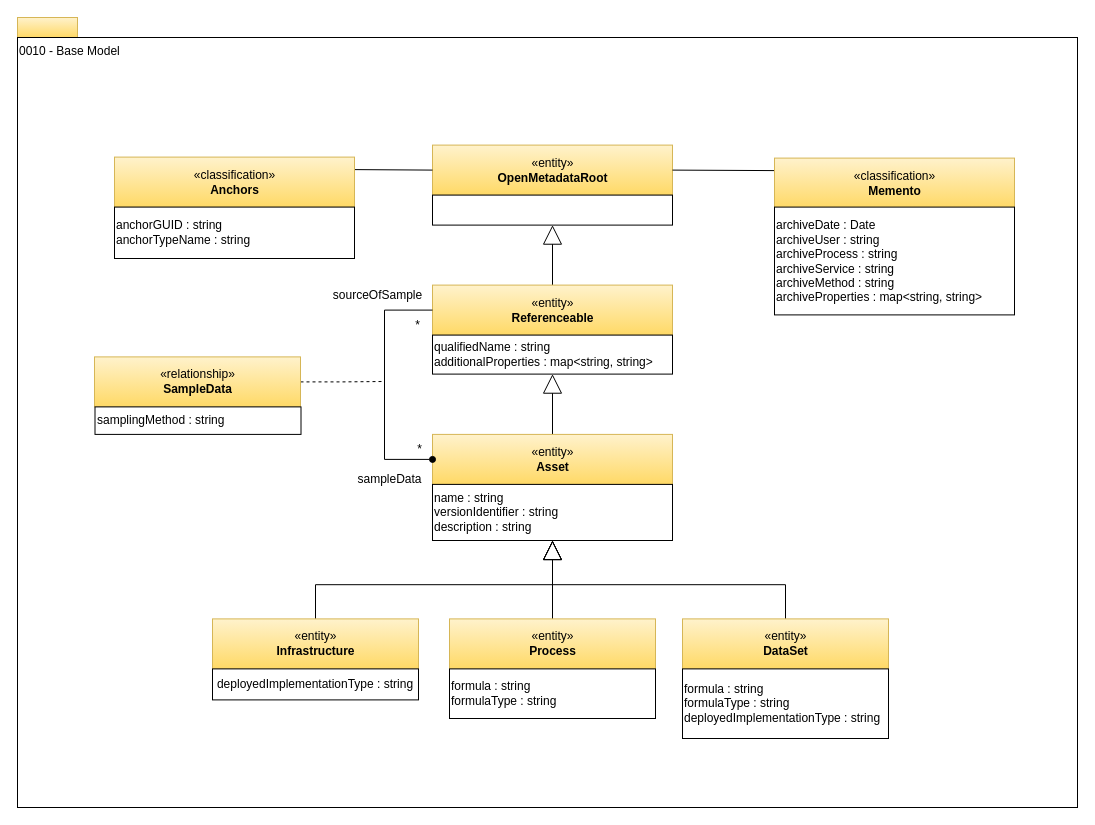
The draw.io diagram page "0010-Base-Model" (3 of 29) of site/docs/types/0/area-0-basic-types-and-infrastructure.drawio in odpi/egeria-docs, before the edit. Source tidied: cells renumbered, new cells numbered last; positions are measured from the earlier drawing's top-left corner, leaving out a move shared by most shapes. Both pictures are drawn from the tidied source at 100%, with x=0, y=0 at pixel (17, 17).
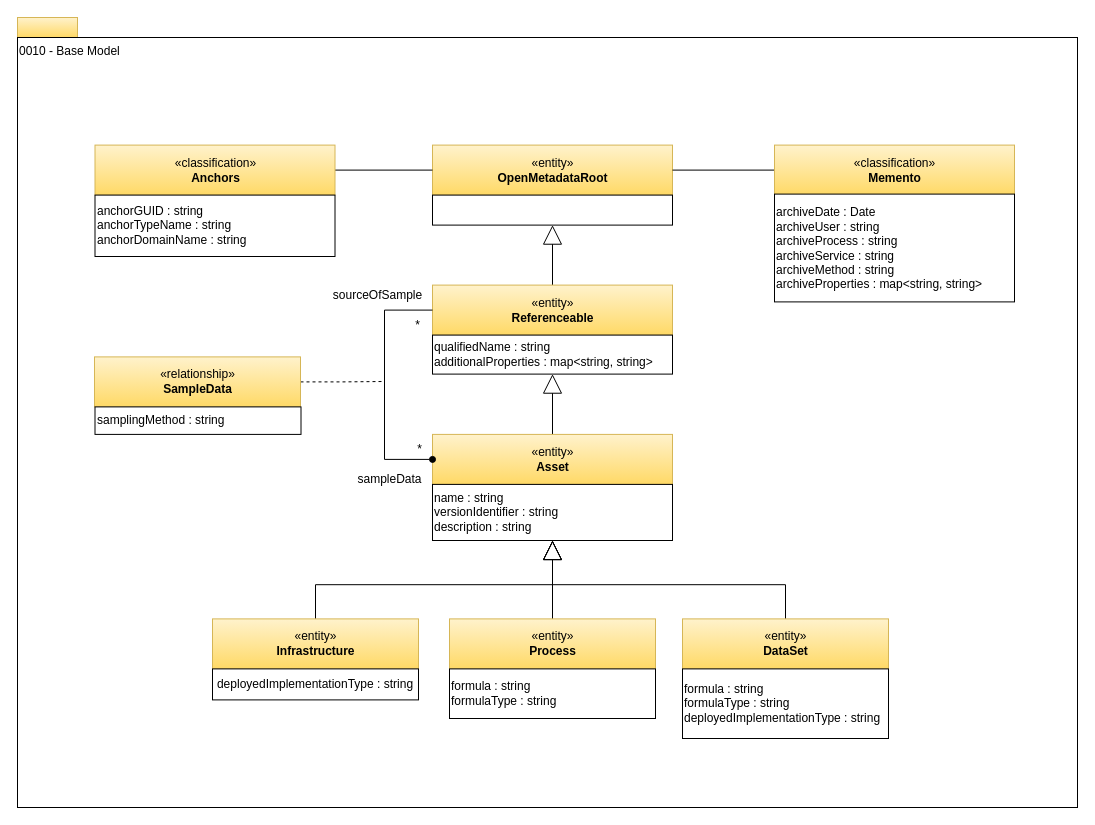
Above is the later version.

The change refers to these unchanged cells:
```xml
<mxCell id="19" value="«entity»&lt;br&gt;&lt;b&gt;OpenMetadataRoot&lt;/b&gt;" style="html=1;strokeColor=#d6b656;align=center;fillColor=#fff2cc;gradientColor=#ffd966;" parent="1" vertex="1">
  <mxGeometry x="415" y="127.6" width="240" height="50" as="geometry" />
</mxCell>
```

What changed in the source:
```diff
@@
-    <mxCell id="21" style="edgeStyle=none;rounded=0;jettySize=auto;html=1;exitX=1;exitY=0.25;exitDx=0;exitDy=0;entryX=0;entryY=0.5;entryDx=0;entryDy=0;endArrow=none;endFill=0;" parent="1" edge="1" source="22" target="19">
+    <mxCell id="21" style="edgeStyle=none;rounded=0;jettySize=auto;html=1;exitX=1;exitY=0.5;exitDx=0;exitDy=0;entryX=0;entryY=0.5;entryDx=0;entryDy=0;endArrow=none;endFill=0;" parent="1" edge="1" source="22" target="19">
       <mxGeometry relative="1" as="geometry" />
     </mxCell>
     <mxCell id="22" value="«classification»&lt;br&gt;&lt;b&gt;Anchors&lt;/b&gt;" style="html=1;strokeColor=#d6b656;align=center;fillColor=#fff2cc;gradientColor=#ffd966;" parent="1" vertex="1">
-      <mxGeometry x="97" y="139.6" width="240" height="50" as="geometry" />
+      <mxGeometry x="77.5" y="127.6" width="240" height="50" as="geometry" />
     </mxCell>
-    <mxCell id="23" value="anchorGUID : string&lt;br&gt;anchorTypeName : string&lt;br&gt;&lt;div style=&quot;text-align: left&quot;&gt;&lt;/div&gt;" style="rounded=0;whiteSpace=wrap;html=1;strokeColor=#000000;gradientColor=#ffffff;align=left;" parent="1" vertex="1">
-      <mxGeometry x="97" y="189.6" width="240" height="51.4" as="geometry" />
+    <mxCell id="23" value="anchorGUID : string&lt;br&gt;anchorTypeName : string&lt;br&gt;&lt;div style=&quot;text-align: left&quot;&gt;&lt;/div&gt;&lt;div&gt;anchorDomainName : string&lt;/div&gt;" style="rounded=0;whiteSpace=wrap;html=1;strokeColor=#000000;gradientColor=#ffffff;align=left;" parent="1" vertex="1">
+      <mxGeometry x="77.5" y="177.6" width="240" height="61.4" as="geometry" />
     </mxCell>
-    <mxCell id="24" style="edgeStyle=none;rounded=0;jettySize=auto;html=1;exitX=0;exitY=0.25;exitDx=0;exitDy=0;entryX=1;entryY=0.5;entryDx=0;entryDy=0;endArrow=none;endFill=0;" parent="1" edge="1" source="25" target="19">
+    <mxCell id="24" style="edgeStyle=none;rounded=0;jettySize=auto;html=1;exitX=0;exitY=0.5;exitDx=0;exitDy=0;entryX=1;entryY=0.5;entryDx=0;entryDy=0;endArrow=none;endFill=0;" parent="1" edge="1" source="25" target="19">
       <mxGeometry relative="1" as="geometry" />
     </mxCell>
     <mxCell id="25" value="«classification»&lt;br&gt;&lt;b&gt;Memento&lt;/b&gt;" style="html=1;strokeColor=#d6b656;align=center;fillColor=#fff2cc;gradientColor=#ffd966;" parent="1" vertex="1">
-      <mxGeometry x="757" y="140.6" width="240" height="50" as="geometry" />
+      <mxGeometry x="757" y="127.6" width="240" height="50" as="geometry" />
     </mxCell>
     <mxCell id="26" value="archiveDate : Date&lt;br&gt;archiveUser : string&lt;br&gt;archiveProcess : string&lt;br&gt;archiveService : string&lt;br&gt;archiveMethod : string&lt;br&gt;archiveProperties : map&amp;lt;string, string&amp;gt;&lt;br&gt;&lt;div style=&quot;text-align: left&quot;&gt;&lt;/div&gt;" style="rounded=0;whiteSpace=wrap;html=1;strokeColor=#000000;gradientColor=#ffffff;align=left;" parent="1" vertex="1">
-      <mxGeometry x="757" y="189.6" width="240" height="107.8" as="geometry" />
+      <mxGeometry x="757" y="176.6" width="240" height="107.8" as="geometry" />
     </mxCell>
```
